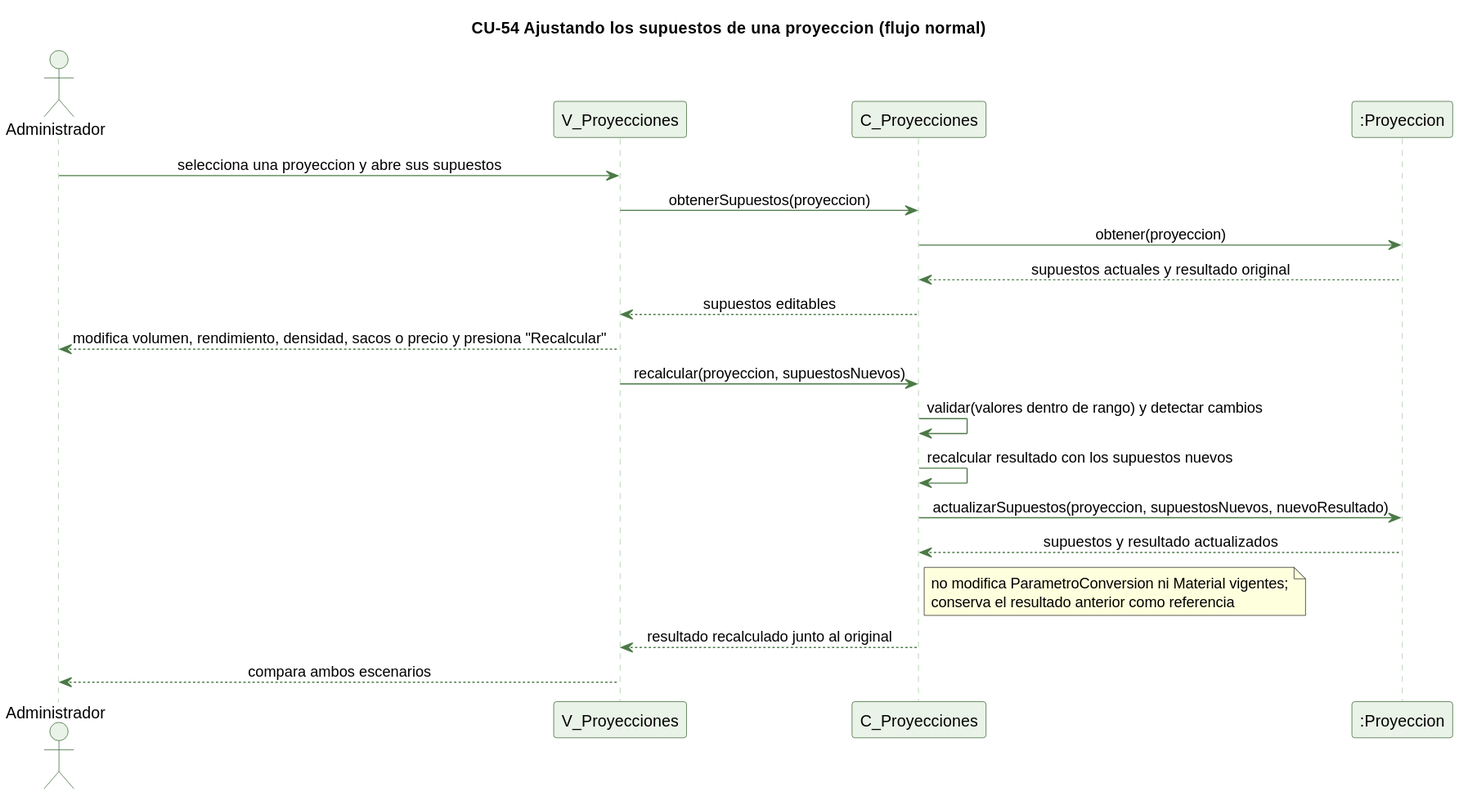
Above: docs/trabajo-grupal/diagramas/secuencias/cu54-ajustar-supuestos-normal.svg in kenjikaese/Triverde (PlantUML), before the change.
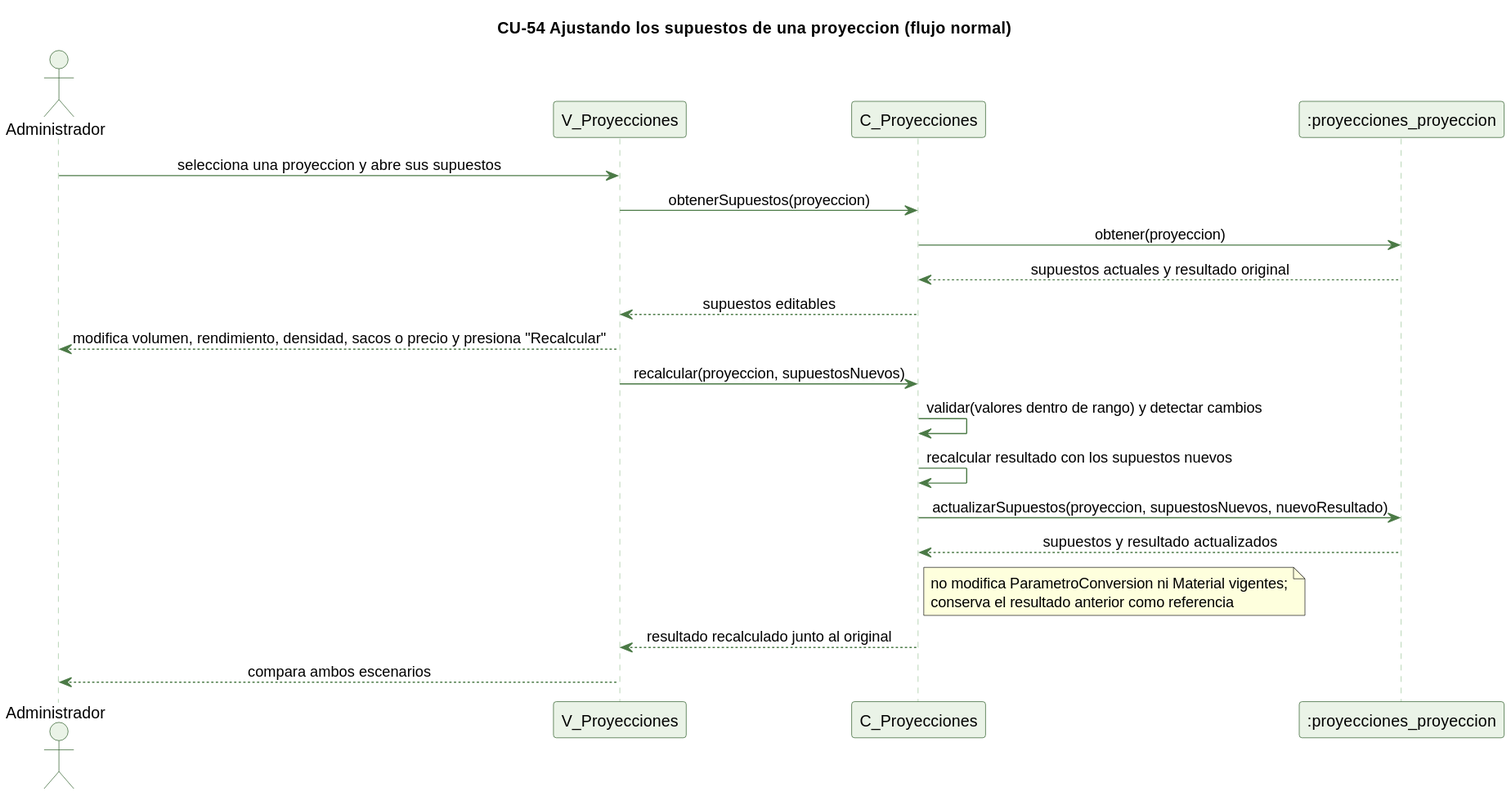
After the change.

The edit, as a diff of the source:
```diff
@@ -15,7 +15,7 @@
 actor Administrador
 participant "V_Proyecciones" as V
 participant "C_Proyecciones" as C
-participant ":Proyeccion" as P
+participant ":proyecciones_proyeccion" as P
 
 Administrador -> V : selecciona una proyeccion y abre sus supuestos
 V -> C : obtenerSupuestos(proyeccion)
```
